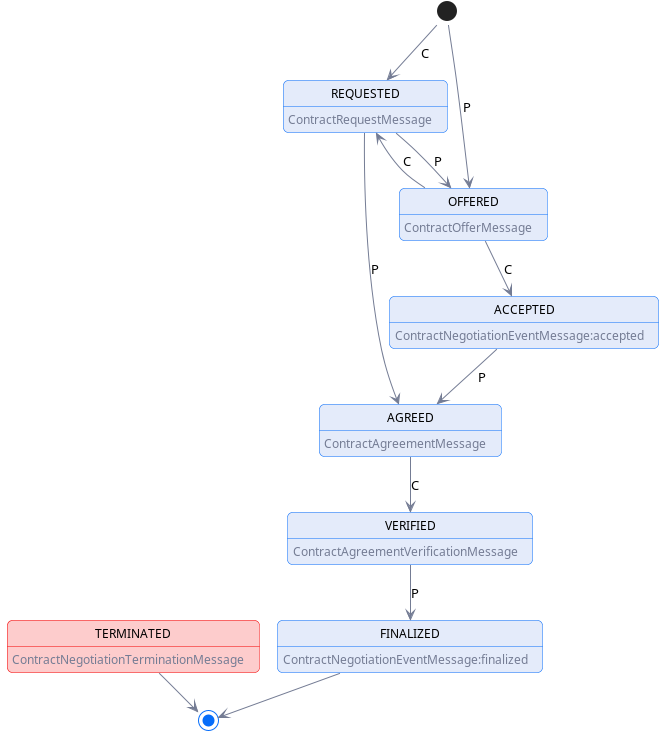
International-Data-Spaces-Association/ids-specification keeps this PlantUML diagram as negotiation/contract.negotiation.state.machine.png. Above is the earlier version.
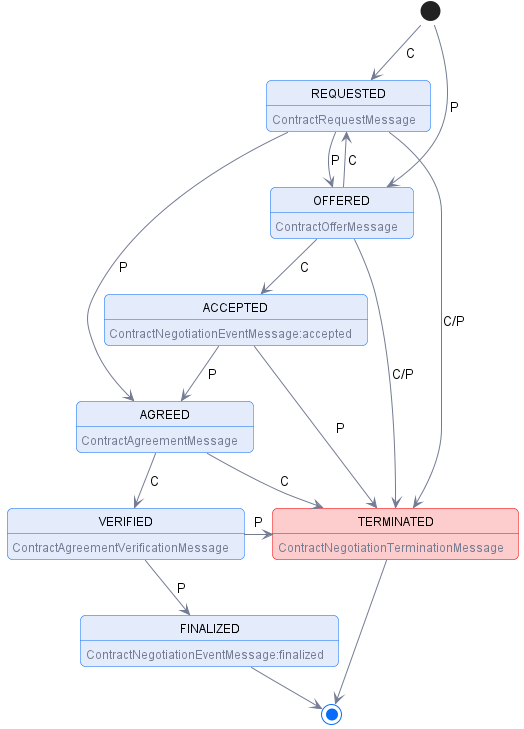
After the change.

Diff of the diagram source:
```diff
@@ -17,15 +17,21 @@
 [*] --> REQUESTED: C
 REQUESTED -->  OFFERED: P
 REQUESTED -->  AGREED: P
+REQUESTED --> TERMINATED: C/P
 
 [*] --> OFFERED: P
 OFFERED -->  REQUESTED: C
 OFFERED -->  ACCEPTED: C
+OFFERED -->  TERMINATED: C/P
+
 ACCEPTED --> AGREED: P
+ACCEPTED -> TERMINATED: P
 
 AGREED --> VERIFIED: C
+AGREED --> TERMINATED: C
 
 VERIFIED --> FINALIZED: P
+VERIFIED -> TERMINATED: P
 
 FINALIZED -->[*]
 TERMINATED --> [*]
```
